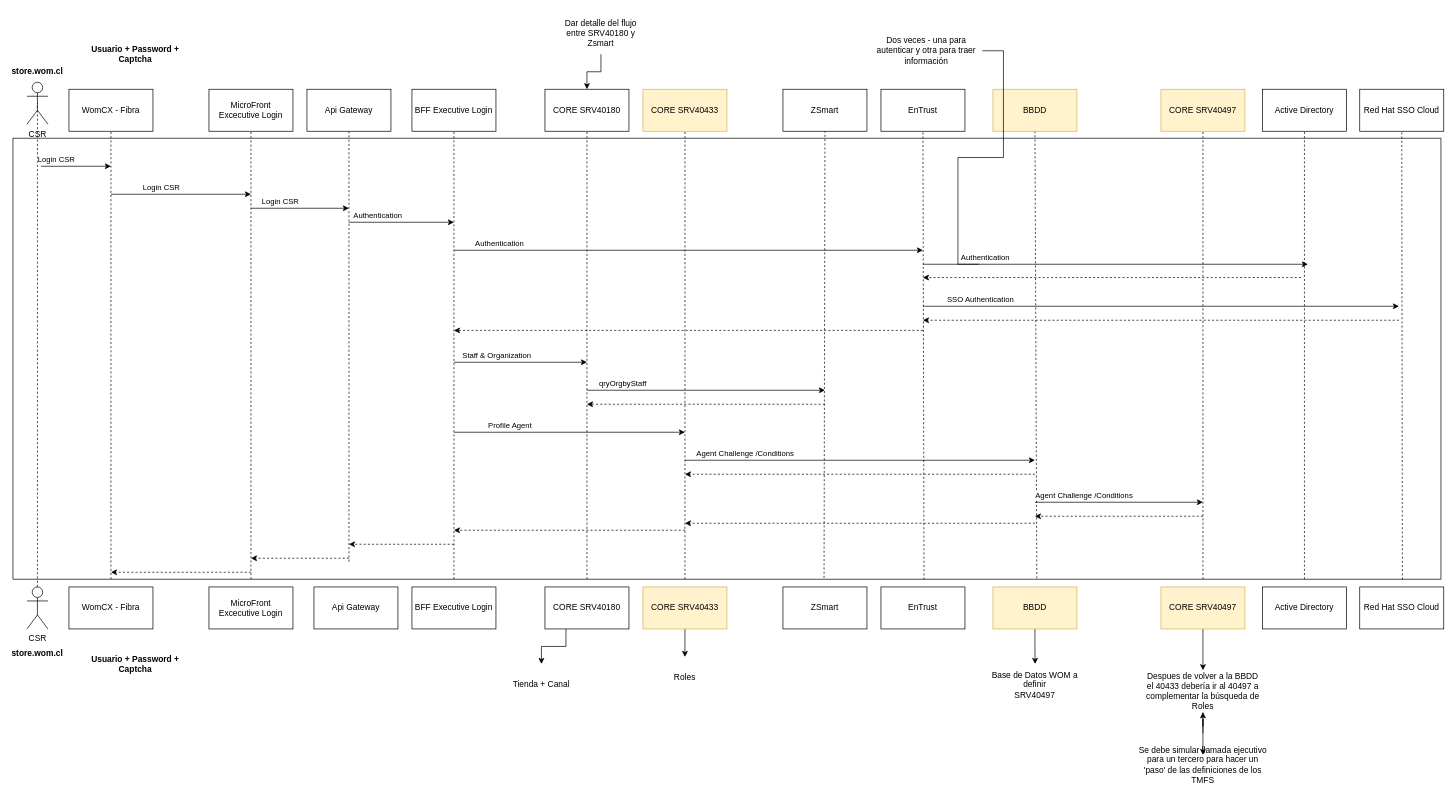
The draw.io diagram page "UML" (1 of 2) of LoginLayer.drawio in linosnt/womCX, before the edit. Source tidied: cells renumbered, new cells numbered last; positions are measured from the earlier drawing's top-left corner, leaving out a move shared by most shapes. Both pictures are drawn from the tidied source at 70%, with x=0, y=0 at pixel (13, 12).
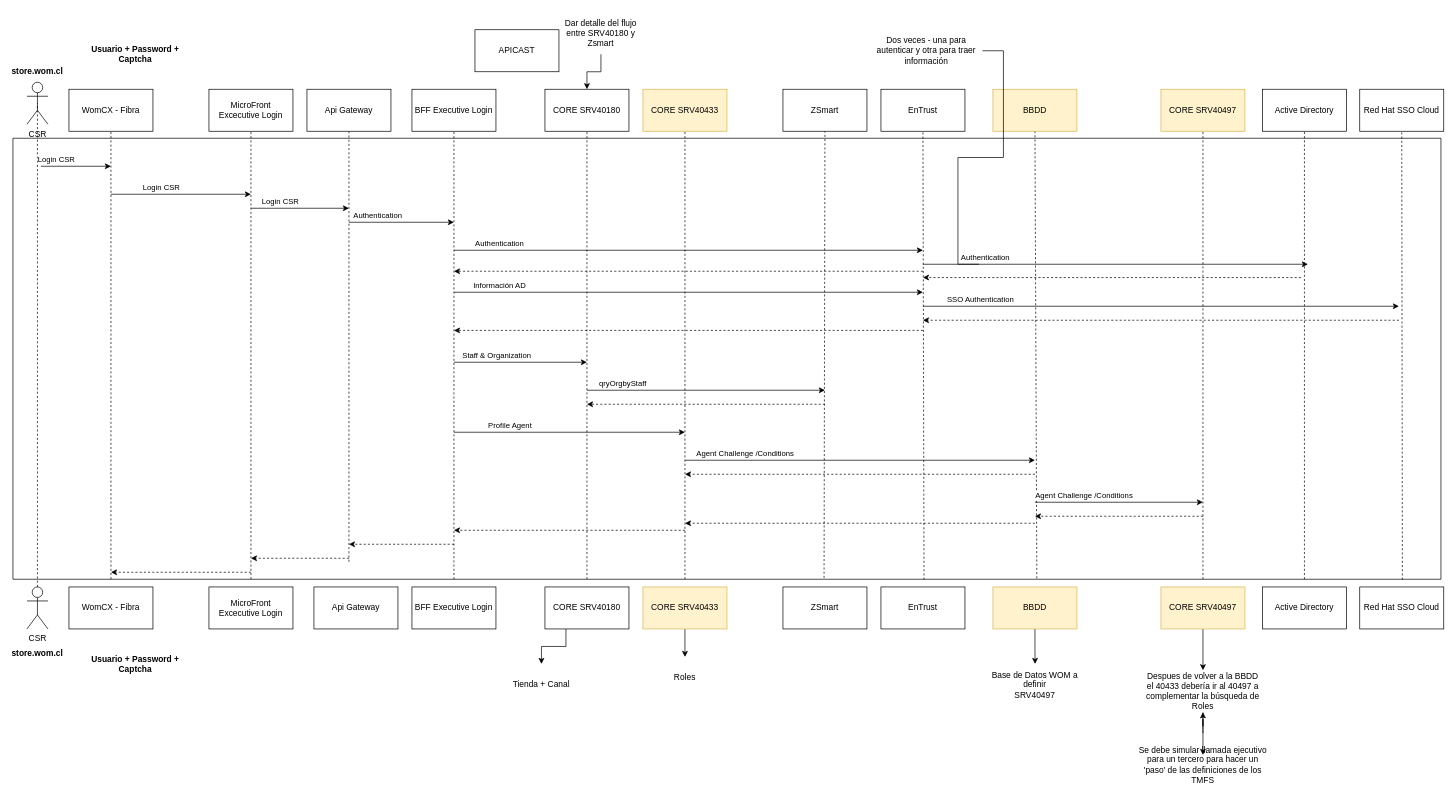
After the change.

Unchanged cells that the change refers to:
```xml
<mxCell id="2" style="swimlane;startSize=0;" parent="1" vertex="1">
  <mxGeometry y="180" width="2040" height="630" as="geometry" />
</mxCell>
```

Diff of the diagram source:
```diff
@@
+    <mxCell id="93" style="endArrow=classic;html=1;rounded=0;labelBackgroundColor=default;strokeColor=default;fontFamily=Helvetica;fontSize=11;fontColor=default;shape=connector;dashed=1;" parent="2" edge="1">
+      <mxGeometry relative="1" as="geometry">
+        <mxPoint x="1300" y="190" as="sourcePoint" />
+        <mxPoint x="630" y="190" as="targetPoint" />
+      </mxGeometry>
+    </mxCell>
@@
+    <mxCell id="94" value="APICAST" style="rounded=0;whiteSpace=wrap;html=1;" parent="1" vertex="1">
+      <mxGeometry x="660" y="25" width="120" height="60" as="geometry" />
+    </mxCell>
+    <mxCell id="95" style="endArrow=classic;html=1;rounded=0;" parent="1" edge="1">
+      <mxGeometry relative="1" as="geometry">
+        <mxPoint x="630" y="400" as="sourcePoint" />
+        <mxPoint x="1300" y="400" as="targetPoint" />
+      </mxGeometry>
+    </mxCell>
+    <mxCell id="96" value="Información AD" style="edgeLabel;html=1;align=center;verticalAlign=middle;fontSize=11;fontFamily=Helvetica;fontColor=default;" parent="95" vertex="1">
+      <mxGeometry x="-0.87" y="1" relative="1" as="geometry">
+        <mxPoint x="20" y="-9" as="offset" />
+      </mxGeometry>
+    </mxCell>
```
